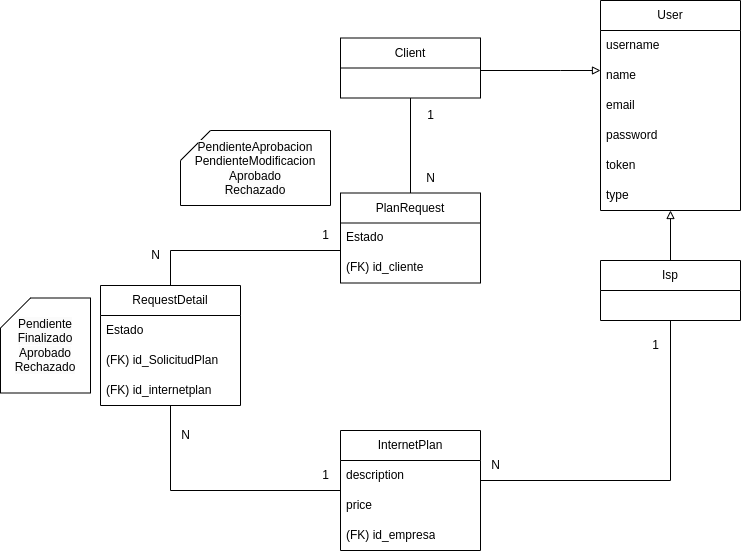
The draw.io diagram Diagrama Clases.png in tomas1646/Wispro-Examen-2023, before a commit. Source tidied: cells renumbered, new cells last; positions are measured from the earlier drawing's top-left corner, leaving out a move shared by most shapes.
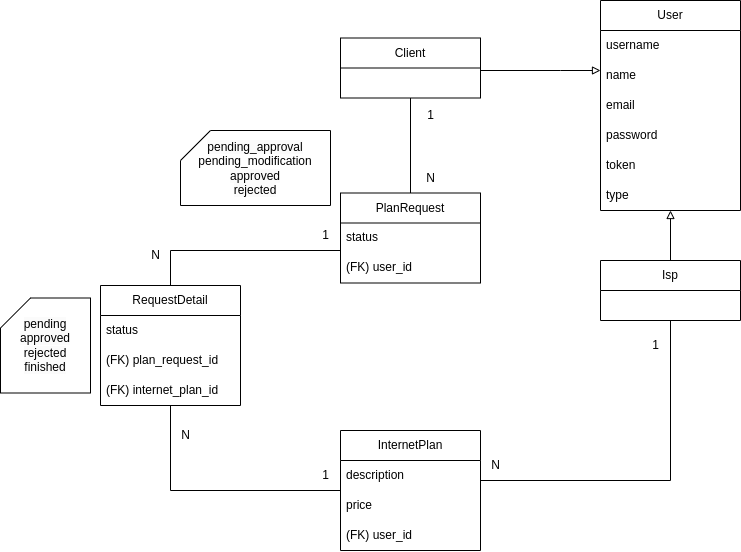
After the change.

Change to the diagram source:
```diff
@@ -11,7 +11,7 @@
     <mxCell id="4" value="price" style="text;strokeColor=none;fillColor=none;align=left;verticalAlign=middle;spacingLeft=4;spacingRight=4;overflow=hidden;whiteSpace=wrap;html=1;" parent="2" vertex="1">
       <mxGeometry y="60" width="140" height="30" as="geometry" />
     </mxCell>
-    <mxCell id="5" value="(FK) id_empresa" style="text;strokeColor=none;fillColor=none;align=left;verticalAlign=middle;spacingLeft=4;spacingRight=4;overflow=hidden;whiteSpace=wrap;html=1;" parent="2" vertex="1">
+    <mxCell id="5" value="(FK) user_id" style="text;strokeColor=none;fillColor=none;align=left;verticalAlign=middle;spacingLeft=4;spacingRight=4;overflow=hidden;whiteSpace=wrap;html=1;" parent="2" vertex="1">
       <mxGeometry y="90" width="140" height="30" as="geometry" />
     </mxCell>
     <mxCell id="6" style="edgeStyle=orthogonalEdgeStyle;rounded=0;jettySize=auto;html=1;endArrow=none;endFill=0;" parent="1" edge="1" source="7" target="36">
@@ -20,10 +20,10 @@
     <mxCell id="7" value="PlanRequest" style="swimlane;fontStyle=0;horizontal=1;startSize=30;whiteSpace=wrap;html=1;" parent="1" vertex="1">
       <mxGeometry x="340" y="192.5" width="140" height="90" as="geometry" />
     </mxCell>
-    <mxCell id="8" value="Estado" style="text;strokeColor=none;fillColor=none;align=left;verticalAlign=middle;spacingLeft=4;spacingRight=4;overflow=hidden;whiteSpace=wrap;html=1;" parent="7" vertex="1">
+    <mxCell id="8" value="status" style="text;strokeColor=none;fillColor=none;align=left;verticalAlign=middle;spacingLeft=4;spacingRight=4;overflow=hidden;whiteSpace=wrap;html=1;" parent="7" vertex="1">
       <mxGeometry y="30" width="140" height="30" as="geometry" />
     </mxCell>
-    <mxCell id="9" value="(FK) id_cliente" style="text;strokeColor=none;fillColor=none;align=left;verticalAlign=middle;spacingLeft=4;spacingRight=4;overflow=hidden;whiteSpace=wrap;html=1;" parent="7" vertex="1">
+    <mxCell id="9" value="(FK) user_id" style="text;strokeColor=none;fillColor=none;align=left;verticalAlign=middle;spacingLeft=4;spacingRight=4;overflow=hidden;whiteSpace=wrap;html=1;" parent="7" vertex="1">
       <mxGeometry y="60" width="140" height="30" as="geometry" />
     </mxCell>
     <mxCell id="10" style="edgeStyle=orthogonalEdgeStyle;rounded=0;jettySize=auto;html=1;endArrow=none;endFill=0;exitX=0.5;exitY=1;exitDx=0;exitDy=0;" parent="1" edge="1" source="35" target="2">
@@ -71,7 +71,7 @@
     <mxCell id="21" value="type" style="text;strokeColor=none;fillColor=none;align=left;verticalAlign=middle;spacingLeft=4;spacingRight=4;overflow=hidden;whiteSpace=wrap;html=1;" parent="15" vertex="1">
       <mxGeometry y="180" width="140" height="30" as="geometry" />
     </mxCell>
-    <mxCell id="22" value="&lt;span style=&quot;color: rgb(0, 0, 0); font-family: Helvetica; font-size: 12px; font-style: normal; font-variant-ligatures: normal; font-variant-caps: normal; font-weight: 400; letter-spacing: normal; orphans: 2; text-align: center; text-indent: 0px; text-transform: none; widows: 2; word-spacing: 0px; -webkit-text-stroke-width: 0px; background-color: rgb(251, 251, 251); text-decoration-thickness: initial; text-decoration-style: initial; text-decoration-color: initial; float: none; display: inline !important;&quot;&gt;PendienteAprobacion&lt;br&gt;&lt;/span&gt;PendienteModificacion&lt;br style=&quot;border-color: var(--border-color); color: rgb(0, 0, 0); font-family: Helvetica; font-size: 12px; font-style: normal; font-variant-ligatures: normal; font-variant-caps: normal; font-weight: 400; letter-spacing: normal; orphans: 2; text-align: center; text-indent: 0px; text-transform: none; widows: 2; word-spacing: 0px; -webkit-text-stroke-width: 0px; background-color: rgb(251, 251, 251); text-decoration-thickness: initial; text-decoration-style: initial; text-decoration-color: initial;&quot;&gt;&lt;span style=&quot;color: rgb(0, 0, 0); font-family: Helvetica; font-size: 12px; font-style: normal; font-variant-ligatures: normal; font-variant-caps: normal; font-weight: 400; letter-spacing: normal; orphans: 2; text-align: center; text-indent: 0px; text-transform: none; widows: 2; word-spacing: 0px; -webkit-text-stroke-width: 0px; background-color: rgb(251, 251, 251); text-decoration-thickness: initial; text-decoration-style: initial; text-decoration-color: initial; float: none; display: inline !important;&quot;&gt;Aprobado&lt;/span&gt;&lt;br style=&quot;border-color: var(--border-color); color: rgb(0, 0, 0); font-family: Helvetica; font-size: 12px; font-style: normal; font-variant-ligatures: normal; font-variant-caps: normal; font-weight: 400; letter-spacing: normal; orphans: 2; text-align: center; text-indent: 0px; text-transform: none; widows: 2; word-spacing: 0px; -webkit-text-stroke-width: 0px; background-color: rgb(251, 251, 251); text-decoration-thickness: initial; text-decoration-style: initial; text-decoration-color: initial;&quot;&gt;&lt;span style=&quot;color: rgb(0, 0, 0); font-family: Helvetica; font-size: 12px; font-style: normal; font-variant-ligatures: normal; font-variant-caps: normal; font-weight: 400; letter-spacing: normal; orphans: 2; text-align: center; text-indent: 0px; text-transform: none; widows: 2; word-spacing: 0px; -webkit-text-stroke-width: 0px; background-color: rgb(251, 251, 251); text-decoration-thickness: initial; text-decoration-style: initial; text-decoration-color: initial; float: none; display: inline !important;&quot;&gt;Rechazado&lt;br&gt;&lt;/span&gt;" style="shape=card;whiteSpace=wrap;html=1;" parent="1" vertex="1">
+    <mxCell id="22" value="&lt;span style=&quot;color: rgb(0, 0, 0); font-family: Helvetica; font-size: 12px; font-style: normal; font-variant-ligatures: normal; font-variant-caps: normal; font-weight: 400; letter-spacing: normal; orphans: 2; text-align: center; text-indent: 0px; text-transform: none; widows: 2; word-spacing: 0px; -webkit-text-stroke-width: 0px; background-color: rgb(251, 251, 251); text-decoration-thickness: initial; text-decoration-style: initial; text-decoration-color: initial; float: none; display: inline !important;&quot;&gt;pending_approval&lt;br&gt;&lt;/span&gt;pending_modification&lt;br style=&quot;border-color: var(--border-color); color: rgb(0, 0, 0); font-family: Helvetica; font-size: 12px; font-style: normal; font-variant-ligatures: normal; font-variant-caps: normal; font-weight: 400; letter-spacing: normal; orphans: 2; text-align: center; text-indent: 0px; text-transform: none; widows: 2; word-spacing: 0px; -webkit-text-stroke-width: 0px; background-color: rgb(251, 251, 251); text-decoration-thickness: initial; text-decoration-style: initial; text-decoration-color: initial;&quot;&gt;&lt;span style=&quot;color: rgb(0, 0, 0); font-family: Helvetica; font-size: 12px; font-style: normal; font-variant-ligatures: normal; font-variant-caps: normal; font-weight: 400; letter-spacing: normal; orphans: 2; text-align: center; text-indent: 0px; text-transform: none; widows: 2; word-spacing: 0px; -webkit-text-stroke-width: 0px; background-color: rgb(251, 251, 251); text-decoration-thickness: initial; text-decoration-style: initial; text-decoration-color: initial; float: none; display: inline !important;&quot;&gt;approved&lt;/span&gt;&lt;br style=&quot;border-color: var(--border-color); color: rgb(0, 0, 0); font-family: Helvetica; font-size: 12px; font-style: normal; font-variant-ligatures: normal; font-variant-caps: normal; font-weight: 400; letter-spacing: normal; orphans: 2; text-align: center; text-indent: 0px; text-transform: none; widows: 2; word-spacing: 0px; -webkit-text-stroke-width: 0px; background-color: rgb(251, 251, 251); text-decoration-thickness: initial; text-decoration-style: initial; text-decoration-color: initial;&quot;&gt;&lt;span style=&quot;color: rgb(0, 0, 0); font-family: Helvetica; font-size: 12px; font-style: normal; font-variant-ligatures: normal; font-variant-caps: normal; font-weight: 400; letter-spacing: normal; orphans: 2; text-align: center; text-indent: 0px; text-transform: none; widows: 2; word-spacing: 0px; -webkit-text-stroke-width: 0px; background-color: rgb(251, 251, 251); text-decoration-thickness: initial; text-decoration-style: initial; text-decoration-color: initial; float: none; display: inline !important;&quot;&gt;rejected&lt;br&gt;&lt;/span&gt;" style="shape=card;whiteSpace=wrap;html=1;" parent="1" vertex="1">
       <mxGeometry x="180" y="130" width="150" height="75" as="geometry" />
     </mxCell>
     <mxCell id="23" style="edgeStyle=orthogonalEdgeStyle;rounded=0;jettySize=auto;html=1;startArrow=none;startFill=0;endArrow=none;endFill=0;" parent="1" edge="1" source="25" target="7">
@@ -91,16 +91,16 @@
     <mxCell id="25" value="RequestDetail" style="swimlane;fontStyle=0;horizontal=1;startSize=30;whiteSpace=wrap;html=1;" parent="1" vertex="1">
       <mxGeometry x="100" y="285" width="140" height="120" as="geometry" />
     </mxCell>
-    <mxCell id="26" value="Estado" style="text;strokeColor=none;fillColor=none;align=left;verticalAlign=middle;spacingLeft=4;spacingRight=4;overflow=hidden;whiteSpace=wrap;html=1;" parent="25" vertex="1">
+    <mxCell id="26" value="status" style="text;strokeColor=none;fillColor=none;align=left;verticalAlign=middle;spacingLeft=4;spacingRight=4;overflow=hidden;whiteSpace=wrap;html=1;" parent="25" vertex="1">
       <mxGeometry y="30" width="140" height="30" as="geometry" />
     </mxCell>
-    <mxCell id="27" value="(FK) id_SolicitudPlan" style="text;strokeColor=none;fillColor=none;align=left;verticalAlign=middle;spacingLeft=4;spacingRight=4;overflow=hidden;whiteSpace=wrap;html=1;" parent="25" vertex="1">
+    <mxCell id="27" value="(FK) plan_request_id" style="text;strokeColor=none;fillColor=none;align=left;verticalAlign=middle;spacingLeft=4;spacingRight=4;overflow=hidden;whiteSpace=wrap;html=1;" parent="25" vertex="1">
       <mxGeometry y="60" width="140" height="30" as="geometry" />
     </mxCell>
-    <mxCell id="28" value="(FK) id_internetplan" style="text;strokeColor=none;fillColor=none;align=left;verticalAlign=middle;spacingLeft=4;spacingRight=4;overflow=hidden;whiteSpace=wrap;html=1;" parent="25" vertex="1">
+    <mxCell id="28" value="(FK) internet_plan_id" style="text;strokeColor=none;fillColor=none;align=left;verticalAlign=middle;spacingLeft=4;spacingRight=4;overflow=hidden;whiteSpace=wrap;html=1;" parent="25" vertex="1">
       <mxGeometry y="90" width="140" height="30" as="geometry" />
     </mxCell>
-    <mxCell id="29" value="&lt;span style=&quot;color: rgb(0, 0, 0); font-family: Helvetica; font-size: 12px; font-style: normal; font-variant-ligatures: normal; font-variant-caps: normal; font-weight: 400; letter-spacing: normal; orphans: 2; text-align: center; text-indent: 0px; text-transform: none; widows: 2; word-spacing: 0px; -webkit-text-stroke-width: 0px; background-color: rgb(251, 251, 251); text-decoration-thickness: initial; text-decoration-style: initial; text-decoration-color: initial; float: none; display: inline !important;&quot;&gt;Pendiente&lt;br&gt;Finalizado&lt;br&gt;Aprobado&lt;br&gt;Rechazado&lt;br&gt;&lt;/span&gt;" style="shape=card;whiteSpace=wrap;html=1;" parent="1" vertex="1">
+    <mxCell id="29" value="&lt;span style=&quot;color: rgb(0, 0, 0); font-family: Helvetica; font-size: 12px; font-style: normal; font-variant-ligatures: normal; font-variant-caps: normal; font-weight: 400; letter-spacing: normal; orphans: 2; text-align: center; text-indent: 0px; text-transform: none; widows: 2; word-spacing: 0px; -webkit-text-stroke-width: 0px; background-color: rgb(251, 251, 251); text-decoration-thickness: initial; text-decoration-style: initial; text-decoration-color: initial; float: none; display: inline !important;&quot;&gt;pending&lt;br&gt;approved&lt;br&gt;rejected&lt;br&gt;finished&lt;br&gt;&lt;/span&gt;" style="shape=card;whiteSpace=wrap;html=1;" parent="1" vertex="1">
       <mxGeometry y="297.5" width="90" height="95" as="geometry" />
     </mxCell>
     <mxCell id="30" value="N" style="text;html=1;align=center;verticalAlign=middle;strokeColor=none;fillColor=none;" parent="1" vertex="1">
```
